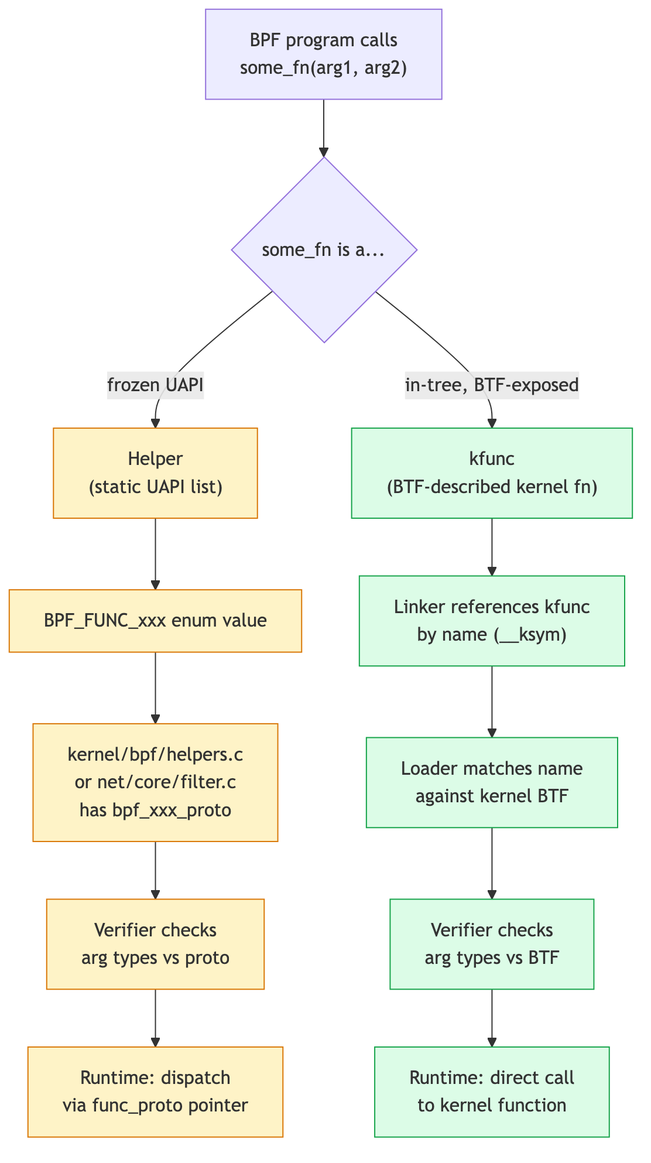
Earlier version of the Mermaid export ebpf/src/diagrams/day07_helper_vs_kfunc.png (biefy/books). Its source is kept beside it as ebpf/src/diagrams/src/day07_helper_vs_kfunc.mmd. The source it was exported from:
```mermaid
flowchart TD
    Start["BPF program calls<br/>some_fn(arg1, arg2)"]

    Check{"some_fn is a..."}

    Helper["Helper<br/>(static UAPI list)"]
    Kfunc["kfunc<br/>(BTF-described kernel fn)"]

    HelperPath["BPF_FUNC_xxx enum value"]
    HelperSrc["kernel/bpf/helpers.c<br/>or net/core/filter.c<br/>has bpf_xxx_proto"]
    HelperVerify["Verifier checks<br/>arg types vs proto"]
    HelperRun["Runtime: dispatch<br/>via func_proto pointer"]

    KfuncPath["Linker references kfunc<br/>by name (__ksym)"]
    KfuncBTF["Loader matches name<br/>against kernel BTF"]
    KfuncVerify["Verifier checks<br/>arg types vs BTF"]
    KfuncRun["Runtime: direct call<br/>to kernel function"]

    Start --> Check
    Check -->|frozen UAPI| Helper
    Check -->|in-tree, BTF-exposed| Kfunc

    Helper --> HelperPath --> HelperSrc --> HelperVerify --> HelperRun
    Kfunc --> KfuncPath --> KfuncBTF --> KfuncVerify --> KfuncRun

    classDef helper fill:#fef3c7,stroke:#d97706
    classDef kfunc fill:#dcfce7,stroke:#16a34a
    class Helper,HelperPath,HelperSrc,HelperVerify,HelperRun helper
    class Kfunc,KfuncPath,KfuncBTF,KfuncVerify,KfuncRun kfunc
```
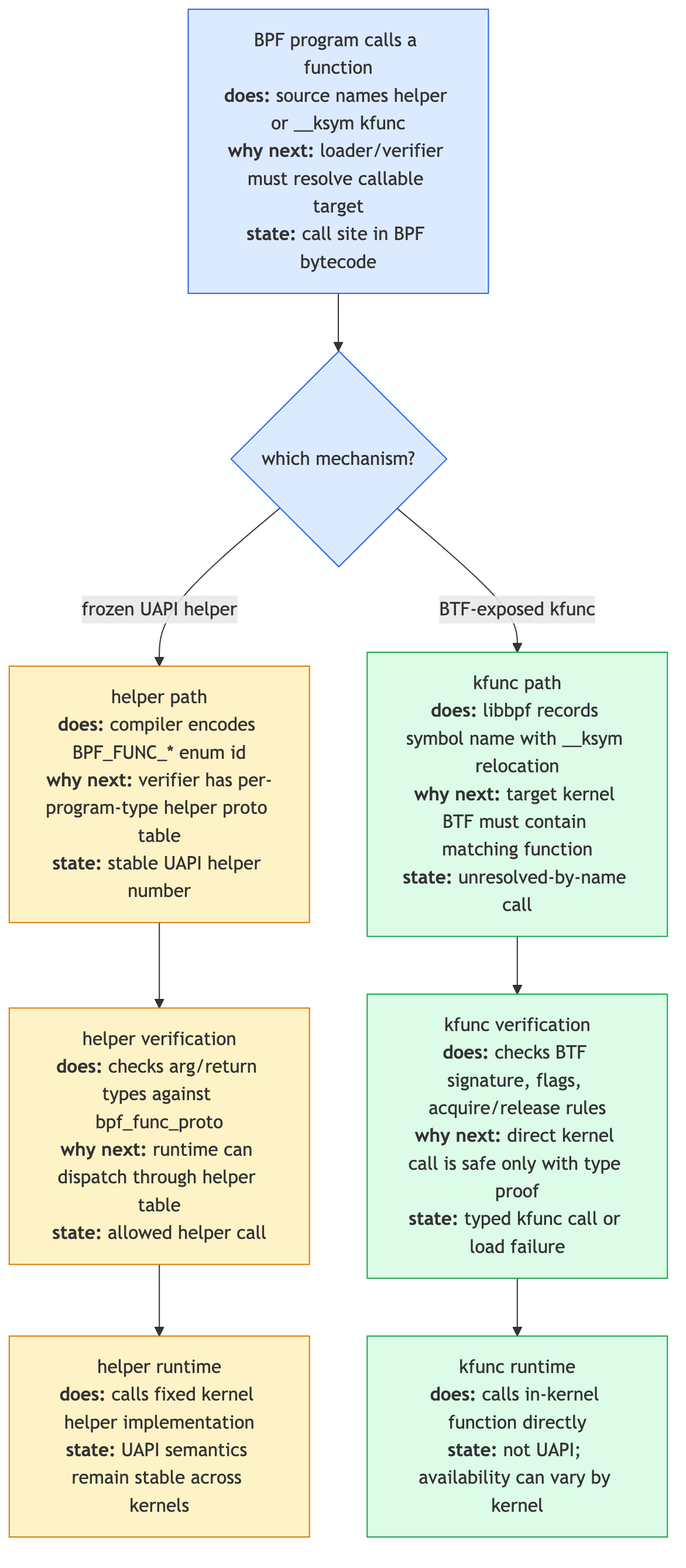
After the commit.

What changed in the source:
```diff
@@ -1,29 +1,20 @@
 flowchart TD
-    Start["BPF program calls<br/>some_fn(arg1, arg2)"]
+    Call["BPF program calls a function<br/><b>does:</b> source names helper or __ksym kfunc<br/><b>why next:</b> loader/verifier must resolve callable target<br/><b>state:</b> call site in BPF bytecode"]
+    Kind{"which mechanism?"}
+    HelperID["helper path<br/><b>does:</b> compiler encodes BPF_FUNC_* enum id<br/><b>why next:</b> verifier has per-program-type helper proto table<br/><b>state:</b> stable UAPI helper number"]
+    HelperVerify["helper verification<br/><b>does:</b> checks arg/return types against bpf_func_proto<br/><b>why next:</b> runtime can dispatch through helper table<br/><b>state:</b> allowed helper call"]
+    HelperRun["helper runtime<br/><b>does:</b> calls fixed kernel helper implementation<br/><b>state:</b> UAPI semantics remain stable across kernels"]
+    Ksym["kfunc path<br/><b>does:</b> libbpf records symbol name with __ksym relocation<br/><b>why next:</b> target kernel BTF must contain matching function<br/><b>state:</b> unresolved-by-name call"]
+    KVerify["kfunc verification<br/><b>does:</b> checks BTF signature, flags, acquire/release rules<br/><b>why next:</b> direct kernel call is safe only with type proof<br/><b>state:</b> typed kfunc call or load failure"]
+    KRun["kfunc runtime<br/><b>does:</b> calls in-kernel function directly<br/><b>state:</b> not UAPI; availability can vary by kernel"]
 
-    Check{"some_fn is a..."}
+    Call --> Kind
+    Kind -->|frozen UAPI helper| HelperID --> HelperVerify --> HelperRun
+    Kind -->|BTF-exposed kfunc| Ksym --> KVerify --> KRun
 
-    Helper["Helper<br/>(static UAPI list)"]
-    Kfunc["kfunc<br/>(BTF-described kernel fn)"]
-
-    HelperPath["BPF_FUNC_xxx enum value"]
-    HelperSrc["kernel/bpf/helpers.c<br/>or net/core/filter.c<br/>has bpf_xxx_proto"]
-    HelperVerify["Verifier checks<br/>arg types vs proto"]
-    HelperRun["Runtime: dispatch<br/>via func_proto pointer"]
-
-    KfuncPath["Linker references kfunc<br/>by name (__ksym)"]
-    KfuncBTF["Loader matches name<br/>against kernel BTF"]
-    KfuncVerify["Verifier checks<br/>arg types vs BTF"]
-    KfuncRun["Runtime: direct call<br/>to kernel function"]
-
-    Start --> Check
-    Check -->|frozen UAPI| Helper
-    Check -->|in-tree, BTF-exposed| Kfunc
-
-    Helper --> HelperPath --> HelperSrc --> HelperVerify --> HelperRun
-    Kfunc --> KfuncPath --> KfuncBTF --> KfuncVerify --> KfuncRun
-
+    classDef root fill:#dbeafe,stroke:#2563eb
     classDef helper fill:#fef3c7,stroke:#d97706
     classDef kfunc fill:#dcfce7,stroke:#16a34a
-    class Helper,HelperPath,HelperSrc,HelperVerify,HelperRun helper
-    class Kfunc,KfuncPath,KfuncBTF,KfuncVerify,KfuncRun kfunc
+    class Call,Kind root
+    class HelperID,HelperVerify,HelperRun helper
+    class Ksym,KVerify,KRun kfunc
```
